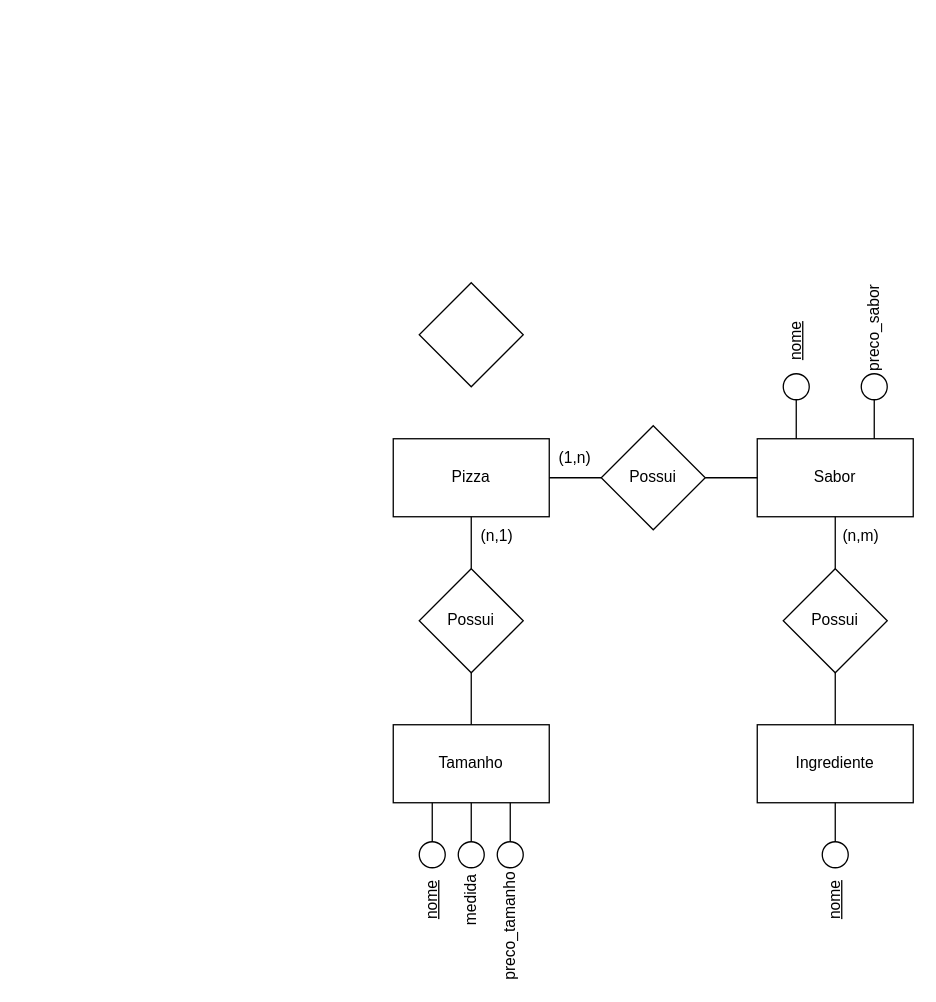
Above: Lista3_11-04/Ex2.drawio in andreeeeeeeee/Engenharia_Software (draw.io), before the change. Source tidied: cells renumbered, new cells numbered last; positions are measured from the earlier drawing's top-left corner, leaving out a move shared by most shapes. Both pictures are drawn from the tidied source at 130%, with x=0, y=0 at pixel (393, 282).
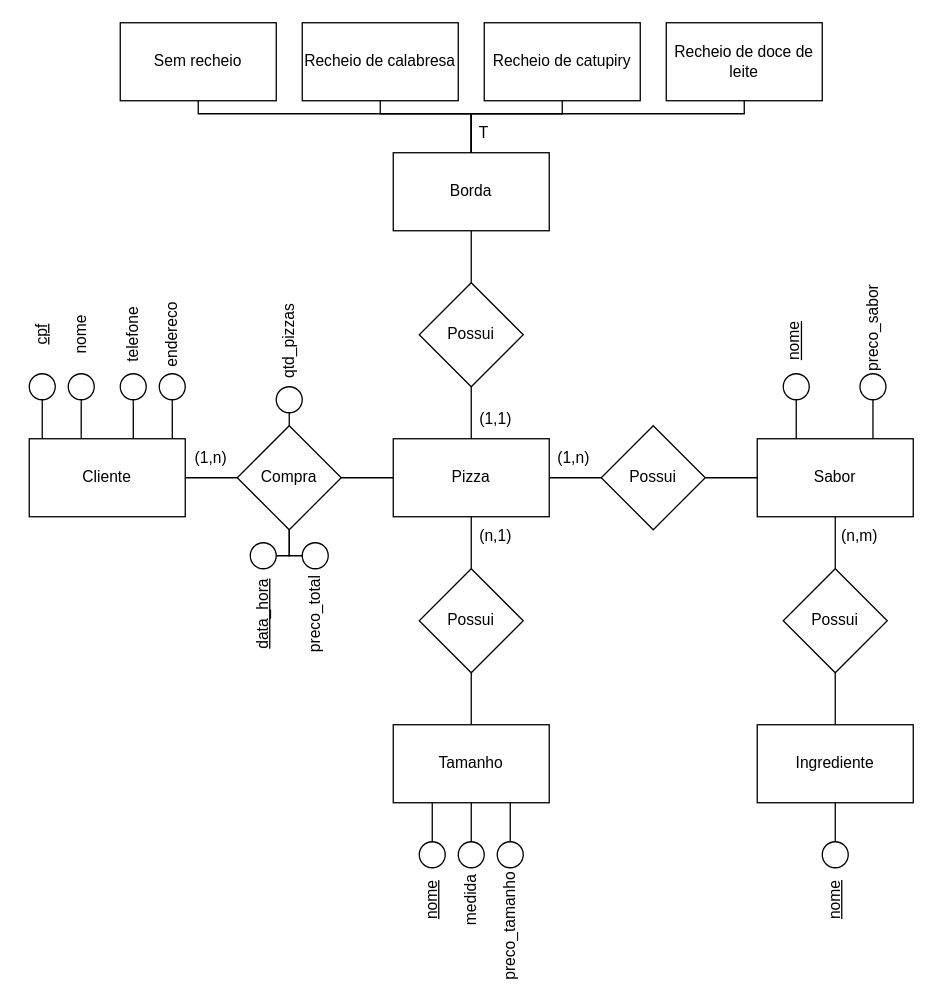
After the change.

The change refers to these unchanged cells:
```xml
<mxCell id="2" value="Pizza" style="rounded=0;whiteSpace=wrap;html=1;" parent="1" vertex="1">
  <mxGeometry y="120" width="120" height="60" as="geometry" />
</mxCell>
```

The edit, as a diff of the source:
```diff
@@
     <mxCell id="7" value="(1,n)" style="text;html=1;strokeColor=none;fillColor=none;align=center;verticalAlign=middle;whiteSpace=wrap;rounded=0;" parent="1" vertex="1">
-      <mxGeometry x="110" y="120" width="60" height="30" as="geometry" />
+      <mxGeometry x="109" y="120" width="60" height="30" as="geometry" />
     </mxCell>
@@
     <mxCell id="10" style="ellipse;whiteSpace=wrap;html=1;" parent="1" vertex="1">
-      <mxGeometry x="360" y="70" width="20" height="20" as="geometry" />
+      <mxGeometry x="359" y="70" width="20" height="20" as="geometry" />
     </mxCell>
     <mxCell id="11" style="endArrow=none;html=1;rounded=0;entryX=0.5;entryY=1;entryDx=0;entryDy=0;" parent="1" edge="1" target="10">
       <mxGeometry relative="1" as="geometry">
-        <mxPoint x="370" y="120" as="sourcePoint" />
+        <mxPoint x="369" y="120" as="sourcePoint" />
       </mxGeometry>
     </mxCell>
     <mxCell id="12" value="&lt;u&gt;nome&lt;/u&gt;" style="text;html=1;strokeColor=none;fillColor=none;align=center;verticalAlign=middle;whiteSpace=wrap;rounded=0;rotation=-90;" parent="1" vertex="1">
-      <mxGeometry x="280" y="30" width="60" height="30" as="geometry" />
+      <mxGeometry x="279" y="30" width="60" height="30" as="geometry" />
     </mxCell>
     <mxCell id="13" value="preco_sabor" style="text;html=1;strokeColor=none;fillColor=none;align=center;verticalAlign=middle;whiteSpace=wrap;rounded=0;rotation=-90;" parent="1" vertex="1">
-      <mxGeometry x="340" y="20" width="60" height="30" as="geometry" />
+      <mxGeometry x="339" y="20" width="60" height="30" as="geometry" />
     </mxCell>
@@
     <mxCell id="18" value="(n,m)" style="text;html=1;strokeColor=none;fillColor=none;align=center;verticalAlign=middle;whiteSpace=wrap;rounded=0;" parent="1" vertex="1">
-      <mxGeometry x="330" y="180" width="60" height="30" as="geometry" />
+      <mxGeometry x="329" y="180" width="60" height="30" as="geometry" />
     </mxCell>
@@
     <mxCell id="26" value="(n,1)" style="text;html=1;strokeColor=none;fillColor=none;align=center;verticalAlign=middle;whiteSpace=wrap;rounded=0;" parent="1" vertex="1">
-      <mxGeometry x="50" y="180" width="60" height="30" as="geometry" />
+      <mxGeometry x="49" y="180" width="60" height="30" as="geometry" />
     </mxCell>
@@
-    <mxCell id="36" style="rhombus;whiteSpace=wrap;html=1;" parent="1" vertex="1">
+    <mxCell id="36" value="Possui" style="rhombus;whiteSpace=wrap;html=1;" parent="1" vertex="1">
       <mxGeometry x="20" width="80" height="80" as="geometry" />
     </mxCell>
+    <mxCell id="37" value="Borda" style="rounded=0;whiteSpace=wrap;html=1;" parent="1" vertex="1">
+      <mxGeometry y="-100" width="120" height="60" as="geometry" />
+    </mxCell>
+    <mxCell id="38" style="endArrow=none;html=1;rounded=0;exitX=0.5;exitY=0;exitDx=0;exitDy=0;entryX=0.5;entryY=1;entryDx=0;entryDy=0;" parent="1" edge="1" source="2" target="36">
+      <mxGeometry relative="1" as="geometry" />
+    </mxCell>
+    <mxCell id="39" style="endArrow=none;html=1;rounded=0;entryX=0.5;entryY=1;entryDx=0;entryDy=0;exitX=0.5;exitY=0;exitDx=0;exitDy=0;" parent="1" edge="1" source="36" target="37">
+      <mxGeometry relative="1" as="geometry" />
+    </mxCell>
+    <mxCell id="40" value="(1,1)" style="text;html=1;strokeColor=none;fillColor=none;align=center;verticalAlign=middle;whiteSpace=wrap;rounded=0;" parent="1" vertex="1">
+      <mxGeometry x="49" y="90" width="60" height="30" as="geometry" />
+    </mxCell>
+    <mxCell id="41" value="Recheio de catupiry" style="rounded=0;whiteSpace=wrap;html=1;" parent="1" vertex="1">
+      <mxGeometry x="70" y="-200" width="120" height="60" as="geometry" />
+    </mxCell>
+    <mxCell id="42" value="Recheio de calabresa" style="rounded=0;whiteSpace=wrap;html=1;" parent="1" vertex="1">
+      <mxGeometry x="-70" y="-200" width="120" height="60" as="geometry" />
+    </mxCell>
+    <mxCell id="43" value="Sem recheio" style="rounded=0;whiteSpace=wrap;html=1;" parent="1" vertex="1">
+      <mxGeometry x="-210" y="-200" width="120" height="60" as="geometry" />
+    </mxCell>
+    <mxCell id="44" value="Recheio de doce de leite" style="rounded=0;whiteSpace=wrap;html=1;" parent="1" vertex="1">
+      <mxGeometry x="210" y="-200" width="120" height="60" as="geometry" />
+    </mxCell>
+    <mxCell id="45" style="endArrow=none;html=1;rounded=0;entryX=0.5;entryY=1;entryDx=0;entryDy=0;exitX=0.5;exitY=0;exitDx=0;exitDy=0;" parent="1" edge="1" source="37" target="43">
+      <mxGeometry relative="1" as="geometry">
+        <Array as="points">
+          <mxPoint x="60" y="-130" />
+          <mxPoint x="-150" y="-130" />
+        </Array>
+      </mxGeometry>
+    </mxCell>
+    <mxCell id="46" style="endArrow=none;html=1;rounded=0;entryX=0.5;entryY=1;entryDx=0;entryDy=0;exitX=0.5;exitY=0;exitDx=0;exitDy=0;" parent="1" edge="1" source="37" target="42">
+      <mxGeometry relative="1" as="geometry">
+        <Array as="points">
+          <mxPoint x="60" y="-130" />
+          <mxPoint x="-10" y="-130" />
+        </Array>
+      </mxGeometry>
+    </mxCell>
+    <mxCell id="47" style="endArrow=none;html=1;rounded=0;entryX=0.5;entryY=1;entryDx=0;entryDy=0;exitX=0.5;exitY=0;exitDx=0;exitDy=0;" parent="1" edge="1" source="37" target="41">
+      <mxGeometry relative="1" as="geometry">
+        <Array as="points">
+          <mxPoint x="60" y="-130" />
+          <mxPoint x="130" y="-130" />
+        </Array>
+      </mxGeometry>
+    </mxCell>
+    <mxCell id="48" style="endArrow=none;html=1;rounded=0;entryX=0.5;entryY=1;entryDx=0;entryDy=0;exitX=0.5;exitY=0;exitDx=0;exitDy=0;" parent="1" edge="1" source="37" target="44">
+      <mxGeometry relative="1" as="geometry">
+        <Array as="points">
+          <mxPoint x="60" y="-130" />
+          <mxPoint x="270" y="-130" />
+        </Array>
+      </mxGeometry>
+    </mxCell>
+    <mxCell id="49" value="Compra" style="rhombus;whiteSpace=wrap;html=1;" parent="1" vertex="1">
+      <mxGeometry x="-120" y="110" width="80" height="80" as="geometry" />
+    </mxCell>
+    <mxCell id="50" value="Cliente" style="rounded=0;whiteSpace=wrap;html=1;" parent="1" vertex="1">
+      <mxGeometry x="-280" y="120" width="120" height="60" as="geometry" />
+    </mxCell>
+    <mxCell id="51" style="endArrow=none;html=1;rounded=0;exitX=1;exitY=0.5;exitDx=0;exitDy=0;entryX=0;entryY=0.5;entryDx=0;entryDy=0;" parent="1" edge="1" source="50" target="49">
+      <mxGeometry relative="1" as="geometry" />
+    </mxCell>
+    <mxCell id="52" style="endArrow=none;html=1;rounded=0;exitX=1;exitY=0.5;exitDx=0;exitDy=0;entryX=0;entryY=0.5;entryDx=0;entryDy=0;" parent="1" edge="1" source="49" target="2">
+      <mxGeometry relative="1" as="geometry" />
+    </mxCell>
+    <mxCell id="53" value="T" style="text;html=1;strokeColor=none;fillColor=none;align=center;verticalAlign=middle;whiteSpace=wrap;rounded=0;" parent="1" vertex="1">
+      <mxGeometry x="40" y="-130" width="60" height="30" as="geometry" />
+    </mxCell>
+    <mxCell id="54" value="(1,n)" style="text;html=1;strokeColor=none;fillColor=none;align=center;verticalAlign=middle;whiteSpace=wrap;rounded=0;" parent="1" vertex="1">
+      <mxGeometry x="-170" y="120" width="60" height="30" as="geometry" />
+    </mxCell>
+    <mxCell id="55" style="ellipse;whiteSpace=wrap;html=1;" parent="1" vertex="1">
+      <mxGeometry x="-110" y="200" width="20" height="20" as="geometry" />
+    </mxCell>
+    <mxCell id="56" style="ellipse;whiteSpace=wrap;html=1;" parent="1" vertex="1">
+      <mxGeometry x="-70" y="200" width="20" height="20" as="geometry" />
+    </mxCell>
+    <mxCell id="57" value="&lt;u&gt;data_hora&lt;/u&gt;" style="text;html=1;strokeColor=none;fillColor=none;align=center;verticalAlign=middle;whiteSpace=wrap;rounded=0;rotation=-90;" parent="1" vertex="1">
+      <mxGeometry x="-130" y="240" width="60" height="30" as="geometry" />
+    </mxCell>
+    <mxCell id="58" value="preco_total" style="text;html=1;strokeColor=none;fillColor=none;align=center;verticalAlign=middle;whiteSpace=wrap;rounded=0;rotation=-90;" parent="1" vertex="1">
+      <mxGeometry x="-90" y="240" width="60" height="30" as="geometry" />
+    </mxCell>
+    <mxCell id="59" style="endArrow=none;html=1;rounded=0;entryX=0.5;entryY=1;entryDx=0;entryDy=0;exitX=1;exitY=0.5;exitDx=0;exitDy=0;" parent="1" edge="1" source="55" target="49">
+      <mxGeometry relative="1" as="geometry">
+        <Array as="points">
+          <mxPoint x="-80" y="210" />
+        </Array>
+      </mxGeometry>
+    </mxCell>
+    <mxCell id="60" style="endArrow=none;html=1;rounded=0;entryX=0;entryY=0.5;entryDx=0;entryDy=0;exitX=0.5;exitY=1;exitDx=0;exitDy=0;" parent="1" edge="1" source="49" target="56">
+      <mxGeometry relative="1" as="geometry">
+        <Array as="points">
+          <mxPoint x="-80" y="210" />
+        </Array>
+      </mxGeometry>
+    </mxCell>
+    <mxCell id="61" style="ellipse;whiteSpace=wrap;html=1;" parent="1" vertex="1">
+      <mxGeometry x="-90" y="80" width="20" height="20" as="geometry" />
+    </mxCell>
+    <mxCell id="62" style="endArrow=none;html=1;rounded=0;entryX=0.5;entryY=0;entryDx=0;entryDy=0;exitX=0.5;exitY=1;exitDx=0;exitDy=0;" parent="1" edge="1" source="61" target="49">
+      <mxGeometry relative="1" as="geometry" />
+    </mxCell>
+    <mxCell id="63" value="qtd_pizzas" style="text;html=1;strokeColor=none;fillColor=none;align=center;verticalAlign=middle;whiteSpace=wrap;rounded=0;rotation=-90;" parent="1" vertex="1">
+      <mxGeometry x="-110" y="30" width="60" height="30" as="geometry" />
+    </mxCell>
+    <mxCell id="64" style="ellipse;whiteSpace=wrap;html=1;" parent="1" vertex="1">
+      <mxGeometry x="-280" y="70" width="20" height="20" as="geometry" />
+    </mxCell>
+    <mxCell id="65" style="ellipse;whiteSpace=wrap;html=1;" parent="1" vertex="1">
+      <mxGeometry x="-250" y="70" width="20" height="20" as="geometry" />
+    </mxCell>
+    <mxCell id="66" style="ellipse;whiteSpace=wrap;html=1;" parent="1" vertex="1">
+      <mxGeometry x="-180" y="70" width="20" height="20" as="geometry" />
+    </mxCell>
+    <mxCell id="67" style="ellipse;whiteSpace=wrap;html=1;" parent="1" vertex="1">
+      <mxGeometry x="-210" y="70" width="20" height="20" as="geometry" />
+    </mxCell>
+    <mxCell id="68" style="endArrow=none;html=1;rounded=0;entryX=0.333;entryY=0;entryDx=0;entryDy=0;entryPerimeter=0;exitX=0.5;exitY=1;exitDx=0;exitDy=0;" parent="1" edge="1" source="65" target="50">
+      <mxGeometry relative="1" as="geometry" />
+    </mxCell>
+    <mxCell id="69" style="endArrow=none;html=1;rounded=0;entryX=0.5;entryY=1;entryDx=0;entryDy=0;" parent="1" edge="1" target="64">
+      <mxGeometry relative="1" as="geometry">
+        <mxPoint x="-270" y="120" as="sourcePoint" />
+      </mxGeometry>
+    </mxCell>
+    <mxCell id="70" style="endArrow=none;html=1;rounded=0;entryX=0.5;entryY=1;entryDx=0;entryDy=0;exitX=0.917;exitY=0;exitDx=0;exitDy=0;exitPerimeter=0;" parent="1" edge="1" source="50" target="66">
+      <mxGeometry relative="1" as="geometry" />
+    </mxCell>
+    <mxCell id="71" style="endArrow=none;html=1;rounded=0;exitX=0.5;exitY=1;exitDx=0;exitDy=0;entryX=0.667;entryY=0;entryDx=0;entryDy=0;entryPerimeter=0;" parent="1" edge="1" source="67" target="50">
+      <mxGeometry relative="1" as="geometry" />
+    </mxCell>
+    <mxCell id="72" value="&lt;u&gt;cpf&lt;/u&gt;" style="text;html=1;strokeColor=none;fillColor=none;align=center;verticalAlign=middle;whiteSpace=wrap;rounded=0;rotation=-90;" parent="1" vertex="1">
+      <mxGeometry x="-300" y="25" width="60" height="30" as="geometry" />
+    </mxCell>
+    <mxCell id="73" value="nome" style="text;html=1;strokeColor=none;fillColor=none;align=center;verticalAlign=middle;whiteSpace=wrap;rounded=0;rotation=-90;" parent="1" vertex="1">
+      <mxGeometry x="-270" y="25" width="60" height="30" as="geometry" />
+    </mxCell>
+    <mxCell id="74" value="telefone" style="text;html=1;strokeColor=none;fillColor=none;align=center;verticalAlign=middle;whiteSpace=wrap;rounded=0;rotation=-90;" parent="1" vertex="1">
+      <mxGeometry x="-230" y="25" width="60" height="30" as="geometry" />
+    </mxCell>
+    <mxCell id="75" value="endereco" style="text;html=1;strokeColor=none;fillColor=none;align=center;verticalAlign=middle;whiteSpace=wrap;rounded=0;rotation=-90;" parent="1" vertex="1">
+      <mxGeometry x="-200" y="25" width="60" height="30" as="geometry" />
+    </mxCell>
```
